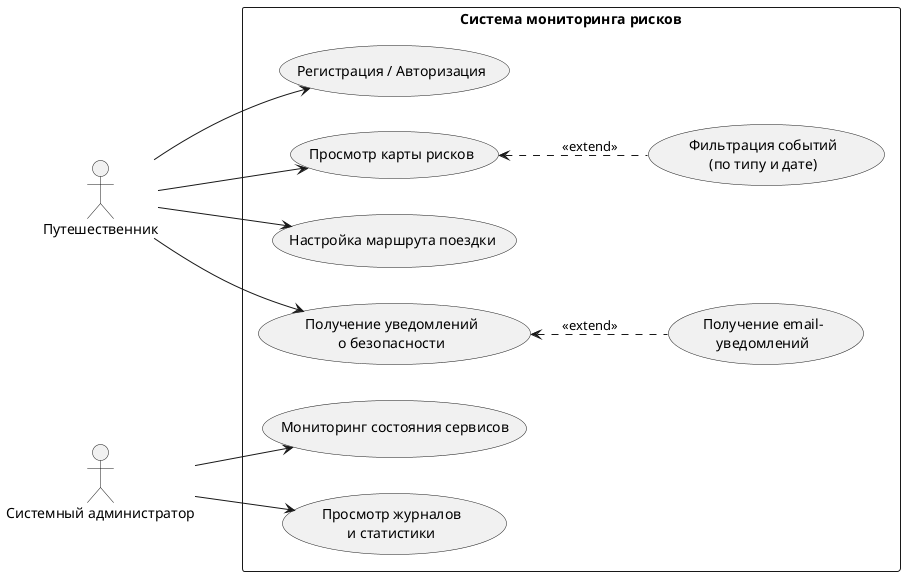
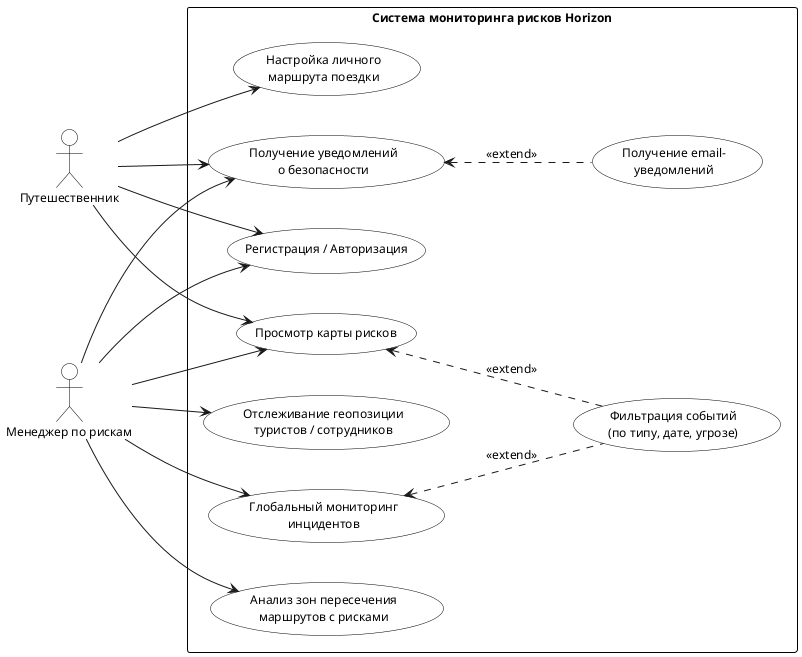
@startuml use_case_diagramm
left to right direction

+ ' Настройки для экономной печати
+ skinparam monochrome true
+ skinparam shadowing false
+ skinparam defaultFontName "Verdana"
+ skinparam defaultFontSize 12
+ 
+ ' Принудительный белый фон
+ skinparam UsecaseBackgroundColor white
+ skinparam ActorBackgroundColor white
+ skinparam RectangleBackgroundColor white
+ 
+ skinparam UsecaseBorderColor black
+ skinparam ActorBorderColor black
+ skinparam RectangleBorderColor black
+ 
+ ' Увеличиваем отступы для чистоты схемы
+ skinparam nodesep 40
+ skinparam ranksep 70
+ 
+ ' Определяем акторов
actor "Путешественник" as User
- actor "Системный администратор" as Admin
+ actor "Менеджер по рискам" as TRM

- rectangle "Система мониторинга рисков" {
-     usecase "Регистрация / Авторизация" as UC5
-     usecase "Просмотр карты рисков" as UC1
-     usecase "Фильтрация событий\n(по типу и дате)" as UC2
-     usecase "Настройка маршрута поездки" as UC3
-     usecase "Получение уведомлений\nо безопасности" as UC4
-     usecase "Получение email-\nуведомлений" as UC9
+ rectangle "Система мониторинга рисков Horizon" {

-     usecase "Мониторинг состояния сервисов" as UC7
-     usecase "Просмотр журналов\nи статистики" as UC8
+     ' Общие функции
+     usecase "Регистрация / Авторизация" as UC_Auth
+     usecase "Просмотр карты рисков" as UC_Map
+     usecase "Получение уведомлений\nо безопасности" as UC_Notify
+     usecase "Получение email-\nуведомлений" as UC_Email
+     usecase "Фильтрация событий\n(по типу, дате, угрозе)" as UC_Filter
+ 
+     ' Функции путешественника
+     usecase "Настройка личного\nмаршрута поездки" as UC_Route
+ 
+     ' Функции риск-менеджера
+     usecase "Отслеживание геопозиции\nтуристов / сотрудников" as UC_TrackUsers
+     usecase "Глобальный мониторинг\nинцидентов" as UC_GlobalEvents
+     usecase "Анализ зон пересечения\nмаршрутов с рисками" as UC_AnalyzeRoutes
+ 
}

- User --> UC5
- User --> UC1
- User --> UC3
- User --> UC4
+ ' === СВЯЗИ АКТОРОВ (СЛЕВА) ===
+ User --> UC_Route
+ User --> UC_Auth
+ User --> UC_Map
+ User --> UC_Notify

- Admin --> UC7
- Admin --> UC8
+ TRM --> UC_Auth
+ TRM --> UC_Map
+ TRM --> UC_Notify
+ TRM --> UC_TrackUsers
+ TRM --> UC_GlobalEvents
+ TRM --> UC_AnalyzeRoutes

- UC4 <.. UC9 : <<extend>>
- UC1 <.. UC2 : <<extend>>
+ ' === СВЯЗИ АДМИНА (СПРАВА) ===
+ ' Размещаем админа справа, чтобы его стрелки не пересекались с пользовательскими
+ 
+ ' === ЗАВИСИМОСТИ (EXTEND) ===
+ UC_Notify <.. UC_Email : <<extend>>
+ UC_Map <.. UC_Filter : <<extend>>
+ UC_GlobalEvents <.. UC_Filter : <<extend>>

@enduml